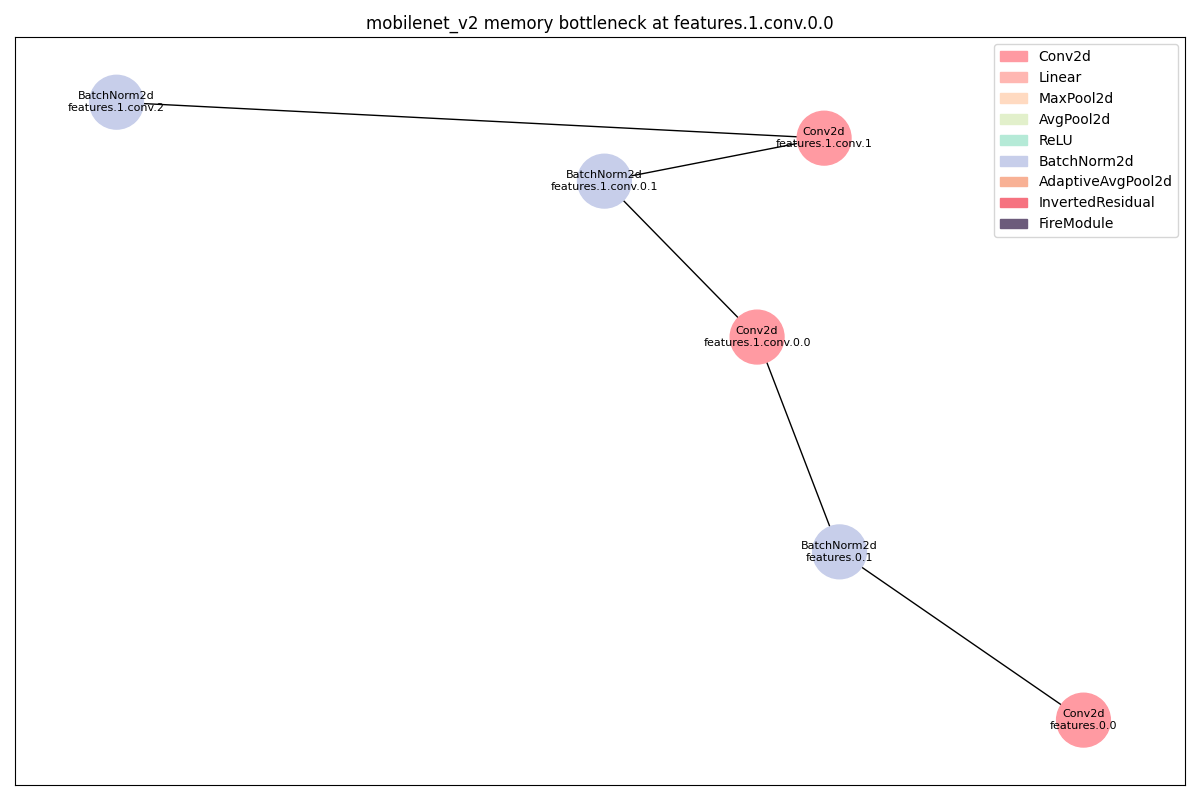
The Graphviz diagram dags/mobilenet_v2_memory_features_1_conv_0_0_op.png in 11222-Meng/DNN_Bottlen_Layer_Analysis, before a commit. Its source is kept beside it as dags/mobilenet_v2_memory_features_1_conv_0_0_op.dot.
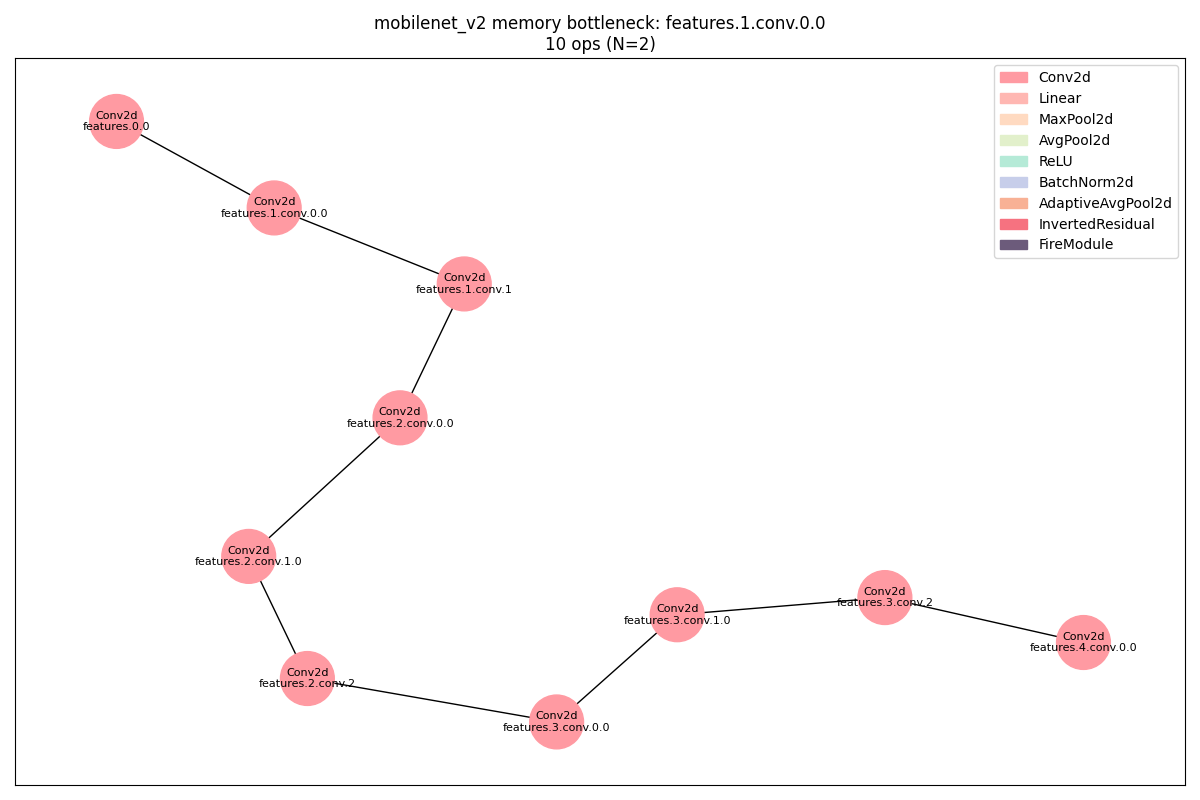
After the commit.

Diff of the diagram source:
```diff
@@ -3,29 +3,49 @@
 		layer_name="features.0.0",
 		params=864,
 		type=Conv2d];
-	BatchNorm2d_0	[color="#C7CEEA",
-		layer_name="features.0.1",
-		params=64,
-		type=BatchNorm2d];
-	Conv2d_0 -> BatchNorm2d_0;
 	Conv2d_1	[color="#FF9AA2",
 		layer_name="features.1.conv.0.0",
 		params=288,
 		type=Conv2d];
-	BatchNorm2d_0 -> Conv2d_1;
-	BatchNorm2d_1	[color="#C7CEEA",
-		layer_name="features.1.conv.0.1",
-		params=64,
-		type=BatchNorm2d];
-	Conv2d_1 -> BatchNorm2d_1;
+	Conv2d_0 -> Conv2d_1;
 	Conv2d_2	[color="#FF9AA2",
 		layer_name="features.1.conv.1",
 		params=512,
 		type=Conv2d];
-	BatchNorm2d_1 -> Conv2d_2;
-	BatchNorm2d_2	[color="#C7CEEA",
-		layer_name="features.1.conv.2",
-		params=32,
-		type=BatchNorm2d];
-	Conv2d_2 -> BatchNorm2d_2;
+	Conv2d_1 -> Conv2d_2;
+	Conv2d_3	[color="#FF9AA2",
+		layer_name="features.2.conv.0.0",
+		params=1536,
+		type=Conv2d];
+	Conv2d_2 -> Conv2d_3;
+	Conv2d_4	[color="#FF9AA2",
+		layer_name="features.2.conv.1.0",
+		params=864,
+		type=Conv2d];
+	Conv2d_3 -> Conv2d_4;
+	Conv2d_5	[color="#FF9AA2",
+		layer_name="features.2.conv.2",
+		params=2304,
+		type=Conv2d];
+	Conv2d_4 -> Conv2d_5;
+	Conv2d_6	[color="#FF9AA2",
+		layer_name="features.3.conv.0.0",
+		params=3456,
+		type=Conv2d];
+	Conv2d_5 -> Conv2d_6;
+	Conv2d_7	[color="#FF9AA2",
+		layer_name="features.3.conv.1.0",
+		params=1296,
+		type=Conv2d];
+	Conv2d_6 -> Conv2d_7;
+	Conv2d_8	[color="#FF9AA2",
+		layer_name="features.3.conv.2",
+		params=3456,
+		type=Conv2d];
+	Conv2d_7 -> Conv2d_8;
+	Conv2d_9	[color="#FF9AA2",
+		layer_name="features.4.conv.0.0",
+		params=3456,
+		type=Conv2d];
+	Conv2d_8 -> Conv2d_9;
 }
```
